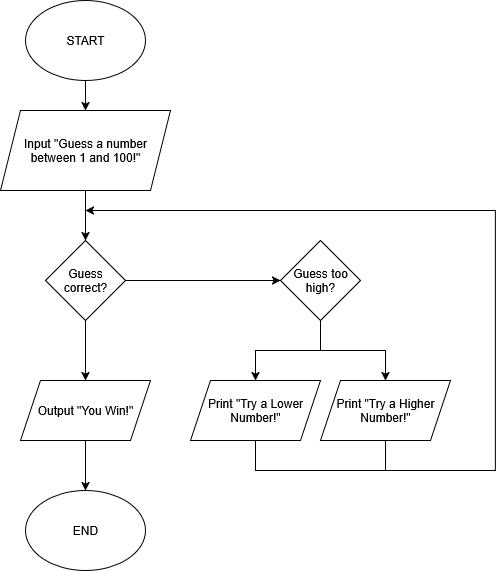
Above: Understanding Structures Ex 6 - Connor Bowles.png in CBowles10/SDEV_120_FALL2025_CBOWLES (draw.io), before the change. Source tidied: cells renumbered, new cells last; positions are measured from the earlier drawing's top-left corner, leaving out a move shared by most shapes.
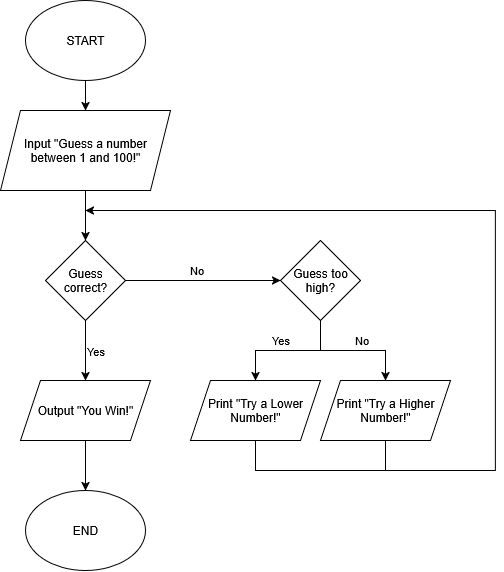
Later version of the same file.

The edit, as a diff of the source:
```diff
@@ -17,18 +17,38 @@
     <mxCell id="6" style="edgeStyle=orthogonalEdgeStyle;rounded=0;jettySize=auto;html=1;exitX=0.5;exitY=1;exitDx=0;exitDy=0;entryX=0.5;entryY=0;entryDx=0;entryDy=0;" parent="1" edge="1" source="8" target="17">
       <mxGeometry relative="1" as="geometry" />
     </mxCell>
+    <mxCell id="19" value="Yes" style="edgeLabel;html=1;align=center;verticalAlign=middle;" parent="6" vertex="1">
+      <mxGeometry x="-0.36" y="2" relative="1" as="geometry">
+        <mxPoint x="8" y="11" as="offset" />
+      </mxGeometry>
+    </mxCell>
     <mxCell id="7" style="edgeStyle=orthogonalEdgeStyle;rounded=0;jettySize=auto;html=1;exitX=1;exitY=0.5;exitDx=0;exitDy=0;entryX=0;entryY=0.5;entryDx=0;entryDy=0;" parent="1" edge="1" source="8" target="11">
       <mxGeometry relative="1" as="geometry" />
     </mxCell>
+    <mxCell id="20" value="No" style="edgeLabel;html=1;align=center;verticalAlign=middle;" parent="7" vertex="1">
+      <mxGeometry x="-0.09" y="-1" relative="1" as="geometry">
+        <mxPoint y="-11" as="offset" />
+      </mxGeometry>
+    </mxCell>
     <mxCell id="8" value="Guess correct?" style="rhombus;whiteSpace=wrap;html=1;" parent="1" vertex="1">
       <mxGeometry x="45" y="240" width="80" height="80" as="geometry" />
     </mxCell>
     <mxCell id="9" style="edgeStyle=orthogonalEdgeStyle;rounded=0;jettySize=auto;html=1;exitX=0.5;exitY=1;exitDx=0;exitDy=0;entryX=0.5;entryY=0;entryDx=0;entryDy=0;" parent="1" edge="1" source="11" target="12">
       <mxGeometry relative="1" as="geometry" />
     </mxCell>
+    <mxCell id="21" value="Yes" style="edgeLabel;html=1;align=center;verticalAlign=middle;" parent="9" vertex="1">
+      <mxGeometry x="0.09" y="1" relative="1" as="geometry">
+        <mxPoint x="-2" y="-11" as="offset" />
+      </mxGeometry>
+    </mxCell>
     <mxCell id="10" style="edgeStyle=orthogonalEdgeStyle;rounded=0;jettySize=auto;html=1;exitX=0.5;exitY=1;exitDx=0;exitDy=0;entryX=0.5;entryY=0;entryDx=0;entryDy=0;" parent="1" edge="1" source="11" target="15">
       <mxGeometry relative="1" as="geometry" />
     </mxCell>
+    <mxCell id="22" value="No" style="edgeLabel;html=1;align=center;verticalAlign=middle;" parent="10" vertex="1">
+      <mxGeometry x="0.08" y="-2" relative="1" as="geometry">
+        <mxPoint x="3" y="-12" as="offset" />
+      </mxGeometry>
+    </mxCell>
     <mxCell id="11" value="Guess too high?" style="rhombus;whiteSpace=wrap;html=1;" parent="1" vertex="1">
       <mxGeometry x="280" y="240" width="80" height="80" as="geometry" />
     </mxCell>
```
